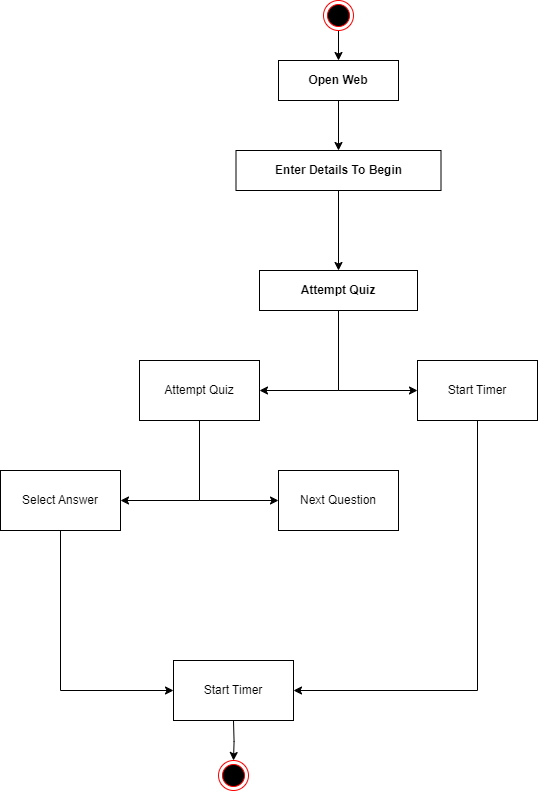
Earlier version of the draw.io export Diagrams/Activity Diagram.png (prathamjc/TY-project). Source tidied: cells renumbered, new cells last; positions are measured from the earlier drawing's top-left corner, leaving out a move shared by most shapes.
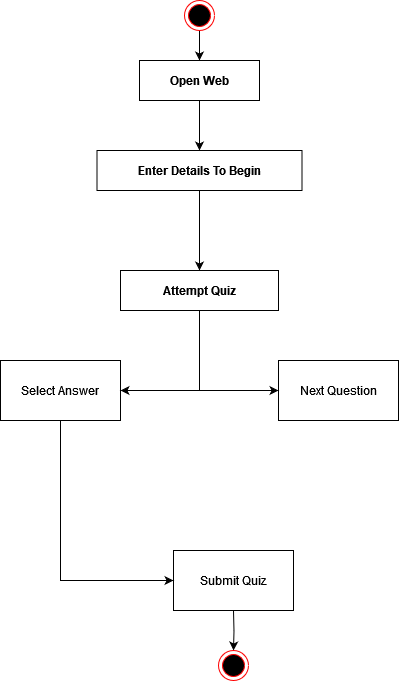
After the commit.

What changed in the source:
```diff
@@ -23,73 +23,46 @@
     <mxCell id="8" value="&lt;b&gt;Attempt Quiz&lt;/b&gt;" style="rounded=0;whiteSpace=wrap;html=1;" parent="1" vertex="1">
       <mxGeometry x="259" y="270" width="158" height="40" as="geometry" />
     </mxCell>
-    <mxCell id="9" value="Attempt Quiz" style="rounded=0;whiteSpace=wrap;html=1;" parent="1" vertex="1">
-      <mxGeometry x="139" y="360" width="120" height="60" as="geometry" />
-    </mxCell>
-    <mxCell id="10" style="edgeStyle=orthogonalEdgeStyle;rounded=0;jettySize=auto;html=1;" parent="1" edge="1" source="11" target="18">
-      <mxGeometry relative="1" as="geometry">
-        <Array as="points">
-          <mxPoint x="477" y="690" />
-        </Array>
-      </mxGeometry>
-    </mxCell>
-    <mxCell id="11" value="Start Timer" style="rounded=0;whiteSpace=wrap;html=1;" parent="1" vertex="1">
-      <mxGeometry x="417" y="360" width="120" height="60" as="geometry" />
-    </mxCell>
-    <mxCell id="12" style="endArrow=classic;html=1;rounded=0;exitX=0.5;exitY=1;exitDx=0;exitDy=0;entryX=0;entryY=0.5;entryDx=0;entryDy=0;" parent="1" edge="1" source="8" target="11">
-      <mxGeometry relative="1" as="geometry">
-        <Array as="points">
-          <mxPoint x="338" y="390" />
-        </Array>
-      </mxGeometry>
-    </mxCell>
-    <mxCell id="13" style="endArrow=classic;html=1;rounded=0;exitX=0.5;exitY=1;exitDx=0;exitDy=0;entryX=1;entryY=0.5;entryDx=0;entryDy=0;" parent="1" edge="1" source="8" target="9">
-      <mxGeometry relative="1" as="geometry">
-        <Array as="points">
-          <mxPoint x="338" y="390" />
-        </Array>
-      </mxGeometry>
-    </mxCell>
     <mxCell id="14" value="Select Answer" style="rounded=0;whiteSpace=wrap;html=1;" parent="1" vertex="1">
-      <mxGeometry y="470" width="120" height="60" as="geometry" />
+      <mxGeometry x="139" y="360" width="120" height="60" as="geometry" />
     </mxCell>
     <mxCell id="15" value="Next Question" style="rounded=0;whiteSpace=wrap;html=1;" parent="1" vertex="1">
-      <mxGeometry x="278" y="470" width="120" height="60" as="geometry" />
+      <mxGeometry x="417" y="360" width="120" height="60" as="geometry" />
     </mxCell>
     <mxCell id="16" style="endArrow=classic;html=1;rounded=0;exitX=0.5;exitY=1;exitDx=0;exitDy=0;entryX=0;entryY=0.5;entryDx=0;entryDy=0;" parent="1" edge="1" target="15">
       <mxGeometry relative="1" as="geometry">
-        <mxPoint x="199" y="420" as="sourcePoint" />
+        <mxPoint x="338" y="310" as="sourcePoint" />
         <Array as="points">
-          <mxPoint x="199" y="500" />
+          <mxPoint x="338" y="390" />
         </Array>
       </mxGeometry>
     </mxCell>
     <mxCell id="17" style="endArrow=classic;html=1;rounded=0;exitX=0.5;exitY=1;exitDx=0;exitDy=0;entryX=1;entryY=0.5;entryDx=0;entryDy=0;" parent="1" edge="1" target="14">
       <mxGeometry relative="1" as="geometry">
-        <mxPoint x="199" y="420" as="sourcePoint" />
+        <mxPoint x="338" y="310" as="sourcePoint" />
         <Array as="points">
-          <mxPoint x="199" y="500" />
+          <mxPoint x="338" y="390" />
         </Array>
       </mxGeometry>
     </mxCell>
-    <mxCell id="18" value="Start Timer" style="rounded=0;whiteSpace=wrap;html=1;" parent="1" vertex="1">
-      <mxGeometry x="173" y="660" width="120" height="60" as="geometry" />
+    <mxCell id="18" value="Submit Quiz" style="rounded=0;whiteSpace=wrap;html=1;" parent="1" vertex="1">
+      <mxGeometry x="312" y="550" width="120" height="60" as="geometry" />
     </mxCell>
     <mxCell id="19" style="endArrow=classic;html=1;rounded=0;exitX=0.5;exitY=1;exitDx=0;exitDy=0;entryX=0;entryY=0.5;entryDx=0;entryDy=0;" parent="1" edge="1" source="14" target="18">
       <mxGeometry relative="1" as="geometry">
         <Array as="points">
-          <mxPoint x="60" y="690" />
+          <mxPoint x="199" y="580" />
         </Array>
       </mxGeometry>
     </mxCell>
     <mxCell id="20" style="edgeStyle=orthogonalEdgeStyle;rounded=0;orthogonalLoop=1;jettySize=auto;html=1;" parent="1" edge="1">
       <mxGeometry relative="1" as="geometry">
-        <mxPoint x="233" y="720" as="sourcePoint" />
-        <mxPoint x="233" y="760" as="targetPoint" />
+        <mxPoint x="372" y="610" as="sourcePoint" />
+        <mxPoint x="372" y="650" as="targetPoint" />
       </mxGeometry>
     </mxCell>
     <mxCell id="21" style="ellipse;html=1;shape=endState;fillColor=#000000;strokeColor=#ff0000;" parent="1" vertex="1">
-      <mxGeometry x="218" y="760" width="30" height="30" as="geometry" />
+      <mxGeometry x="357" y="650" width="30" height="30" as="geometry" />
     </mxCell>
   </root>
 </mxGraphModel>
```
